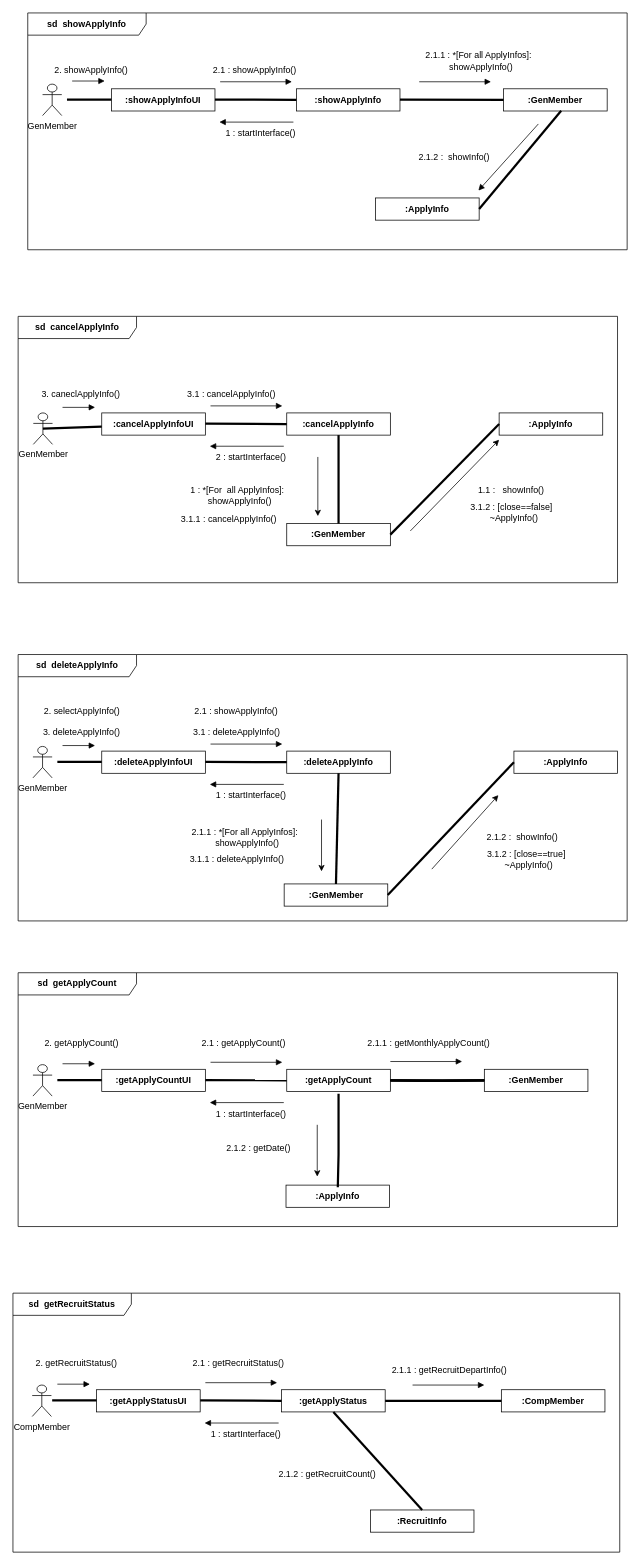
Above: page "communication_diagram_양현지" (1 of 10) of communication_diagram.drawio in hjee02018/UML (draw.io), before the change. Source tidied: cells renumbered, new cells numbered last; positions are measured from the earlier drawing's top-left corner, leaving out a move shared by most shapes. Both pictures are drawn from the tidied source at 74%, with x=0, y=0 at pixel (13, 13).
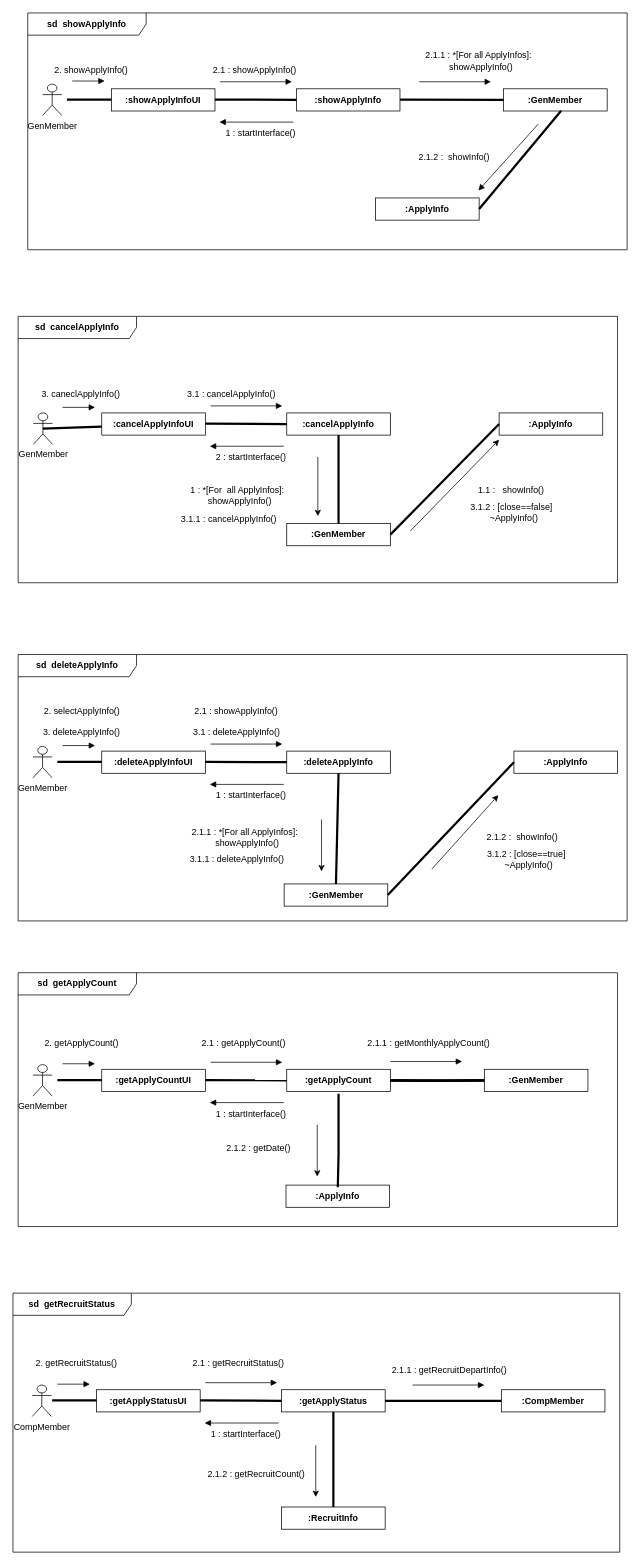
The same page after the edit.

Unchanged cells that the change refers to:
```xml
<mxCell id="67" value="&lt;b&gt;sd&amp;nbsp; getRecruitStatus&lt;/b&gt;" style="shape=umlFrame;whiteSpace=wrap;html=1;width=160;" parent="1" vertex="1">
  <mxGeometry y="1730" width="820" height="350" as="geometry" />
</mxCell>
```

The edit, as a diff of the source:
```diff
@@
     <mxCell id="82" value=":RecruitInfo" style="fontStyle=1;whiteSpace=wrap;html=1;" parent="67" vertex="1">
-      <mxGeometry x="483" y="293" width="140" height="30" as="geometry" />
+      <mxGeometry x="363" y="289" width="140" height="30" as="geometry" />
     </mxCell>
@@
     <mxCell id="85" value="2.1.2 :&amp;nbsp;getRecruitCount()" style="text;html=1;strokeColor=none;fillColor=none;align=center;verticalAlign=middle;whiteSpace=wrap;rounded=0;" parent="67" vertex="1">
-      <mxGeometry x="335" y="230" width="180" height="30" as="geometry" />
+      <mxGeometry x="239" y="230" width="180" height="30" as="geometry" />
     </mxCell>
+    <mxCell id="109" style="endArrow=classic;html=1;rounded=0;" parent="67" edge="1">
+      <mxGeometry relative="1" as="geometry">
+        <mxPoint x="409.2" y="205.5" as="sourcePoint" />
+        <mxPoint x="409.2" y="275.5" as="targetPoint" />
+      </mxGeometry>
+    </mxCell>
```
